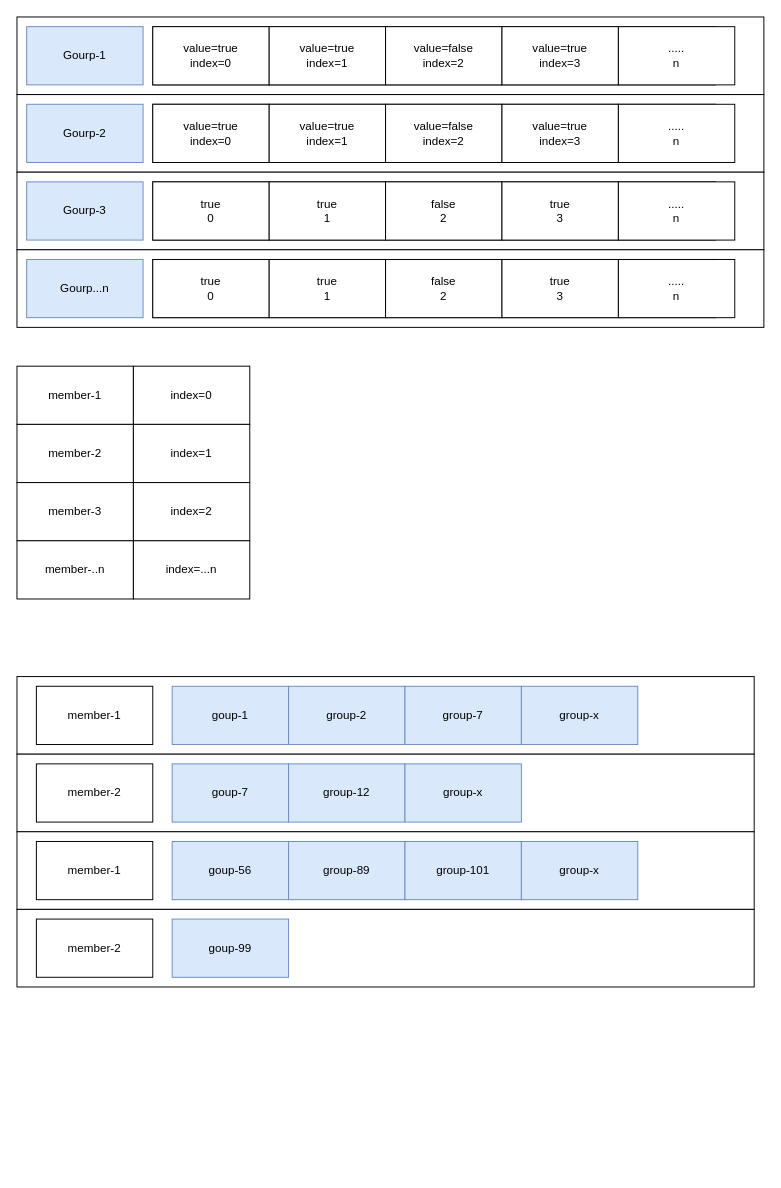
Above: data-center优化方案.drawio in catface996/images (draw.io), before the change. Source tidied: cells renumbered, new cells numbered last; positions are measured from the earlier drawing's top-left corner, leaving out a move shared by most shapes. Both pictures are drawn from the tidied source at 97%, with x=0, y=0 at pixel (16, 16).
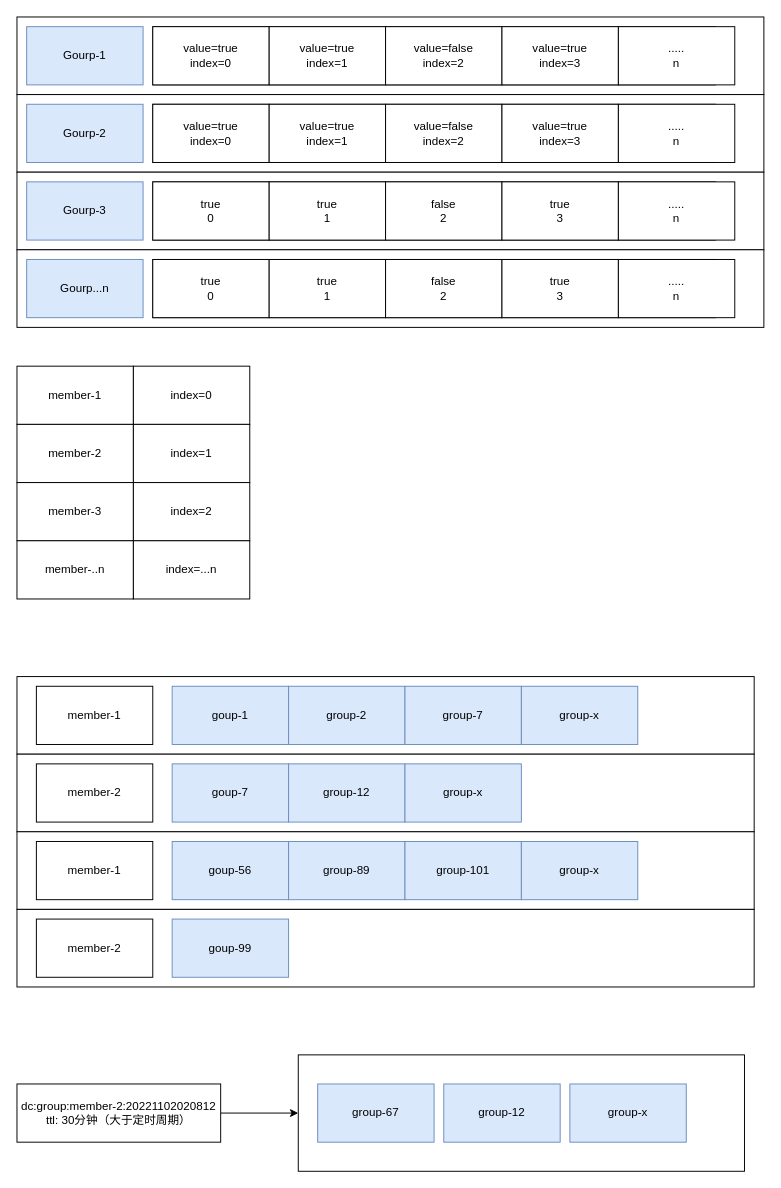
After the change.

Commit message (it also covers changes not shown here):
更新data-center优化方案.drawio

The edit, as a diff of the source:
```diff
@@
+    <mxCell id="70" style="edgeStyle=orthogonalEdgeStyle;rounded=0;jettySize=auto;html=1;entryX=0;entryY=0.5;entryDx=0;entryDy=0;" parent="1" edge="1" source="71" target="72">
+      <mxGeometry relative="1" as="geometry" />
+    </mxCell>
+    <mxCell id="71" value="dc:group:member-2:20221102020812&lt;br&gt;ttl: 30分钟（大于定时周期）" style="rounded=0;whiteSpace=wrap;html=1;" parent="1" vertex="1">
+      <mxGeometry y="1100" width="210" height="60" as="geometry" />
+    </mxCell>
+    <mxCell id="72" style="rounded=0;whiteSpace=wrap;html=1;" parent="1" vertex="1">
+      <mxGeometry x="290" y="1070" width="460" height="120" as="geometry" />
+    </mxCell>
+    <mxCell id="73" value="group-67" style="rounded=0;whiteSpace=wrap;html=1;fillColor=#dae8fc;strokeColor=#6c8ebf;" parent="1" vertex="1">
+      <mxGeometry x="310" y="1100" width="120" height="60" as="geometry" />
+    </mxCell>
+    <mxCell id="74" value="group-12" style="rounded=0;whiteSpace=wrap;html=1;fillColor=#dae8fc;strokeColor=#6c8ebf;" parent="1" vertex="1">
+      <mxGeometry x="440" y="1100" width="120" height="60" as="geometry" />
+    </mxCell>
+    <mxCell id="75" value="group-x" style="rounded=0;whiteSpace=wrap;html=1;fillColor=#dae8fc;strokeColor=#6c8ebf;" parent="1" vertex="1">
+      <mxGeometry x="570" y="1100" width="120" height="60" as="geometry" />
+    </mxCell>
```
